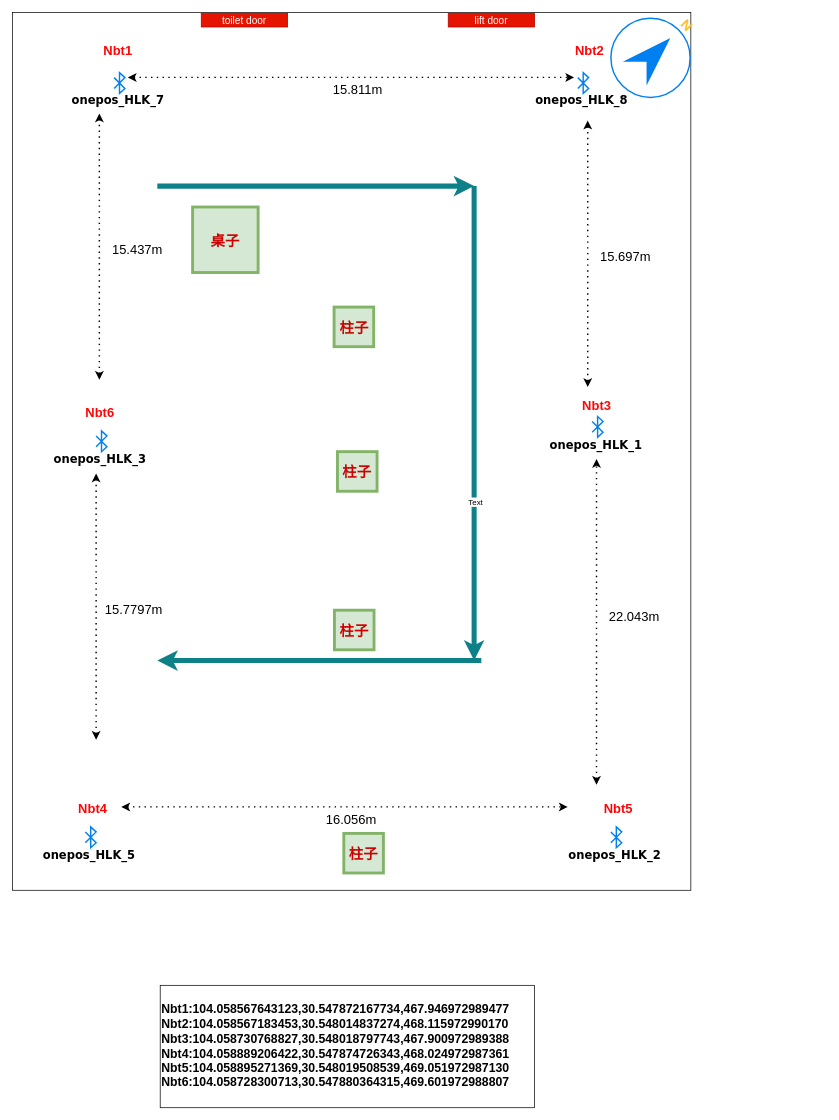
Earlier version of the draw.io diagram page "第 4 页" (4 of 4) of TotalStation/位置信息标注.drawio (Joiner12/Position). Source tidied: cells renumbered, new cells numbered last; positions are measured from the earlier drawing's top-left corner, leaving out a move shared by most shapes. Both pictures are drawn from the tidied source at 72%, with x=0, y=0 at pixel (12, 12).
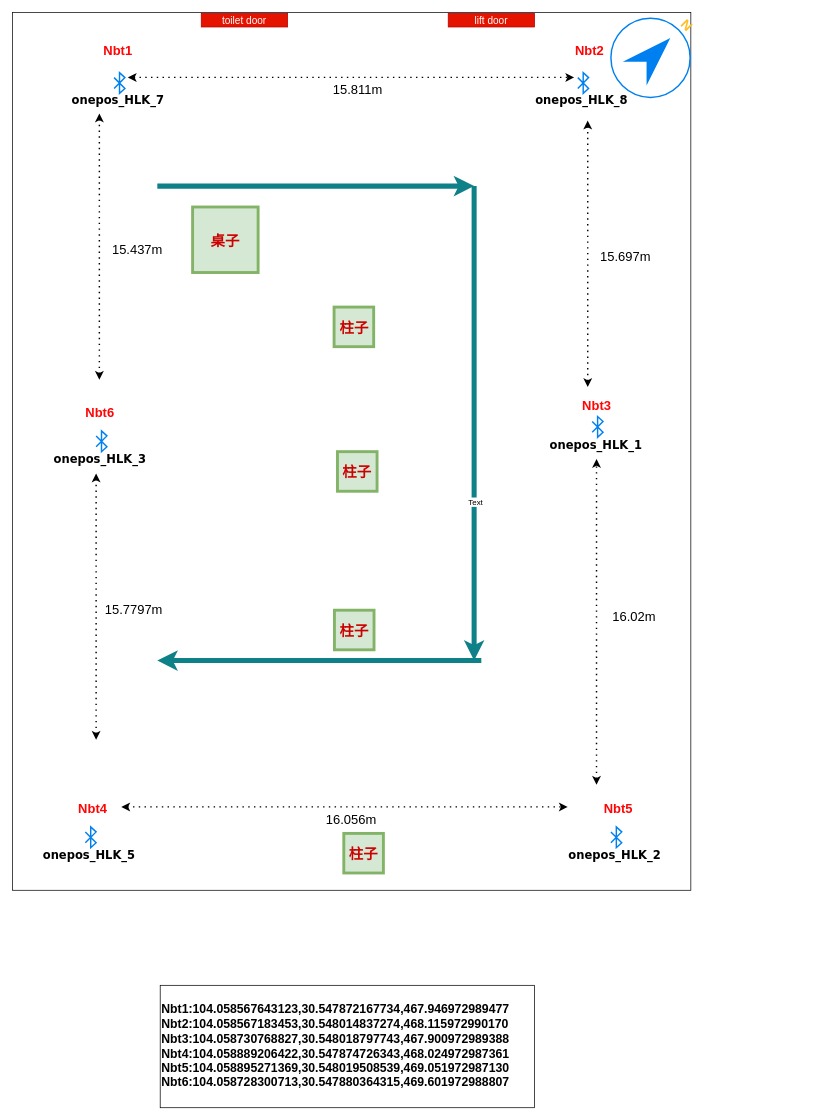
The same diagram, later.

Unchanged cells that the change refers to:
```xml
<mxCell id="4" style="group;" parent="3" vertex="1">
  <mxGeometry x="-112" y="-69" width="942" height="1219" as="geometry" />
</mxCell>
```

The edit, as a diff of the source:
```diff
@@
-    <mxCell id="48" value="22.043m" style="text;html=1;strokeColor=none;fillColor=none;align=center;verticalAlign=middle;whiteSpace=wrap;rounded=0;fontSize=18;" parent="4" vertex="1">
+    <mxCell id="48" value="16.02m" style="text;html=1;strokeColor=none;fillColor=none;align=center;verticalAlign=middle;whiteSpace=wrap;rounded=0;fontSize=18;" parent="4" vertex="1">
       <mxGeometry x="830" y="830" width="64.5" height="20" as="geometry" />
     </mxCell>
```
